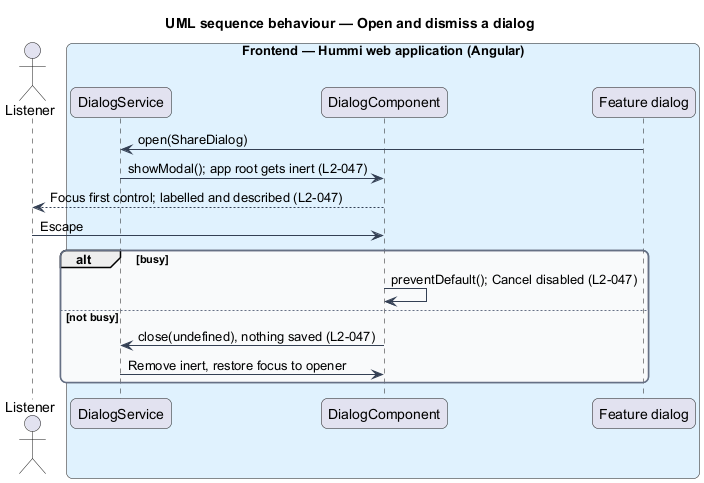
The PlantUML diagram docs/detailed-designs/interface/dialogs/diagrams/sequence-dialog.png in QuinntyneBrown/hummi, before a commit. Its diagram source:
```plantuml
@startuml
title UML sequence behaviour — Open and dismiss a dialog
skinparam backgroundColor #FFFFFF
skinparam shadowing false
skinparam roundcorner 12
skinparam defaultFontName Arial
skinparam ArrowColor #344054
skinparam rectangle {
  BorderColor #344054
  FontColor #101828
}
skinparam package {
  BorderColor #667085
  FontColor #101828
  BackgroundColor #F9FAFB
}
actor "Listener" as u
box "Frontend — Hummi web application (Angular)" #E0F2FE
  participant "DialogService" as dialogs
  participant "DialogComponent" as dlg
  participant "Feature dialog" as content
end box
content -> dialogs : open(ShareDialog)
dialogs -> dlg : showModal(); app root gets inert (L2-047)
dlg --> u : Focus first control; labelled and described (L2-047)
u -> dlg : Escape
alt busy
  dlg -> dlg : preventDefault(); Cancel disabled (L2-047)
else not busy
  dlg -> dialogs : close(undefined), nothing saved (L2-047)
  dialogs -> dlg : Remove inert, restore focus to opener
end
@enduml
```
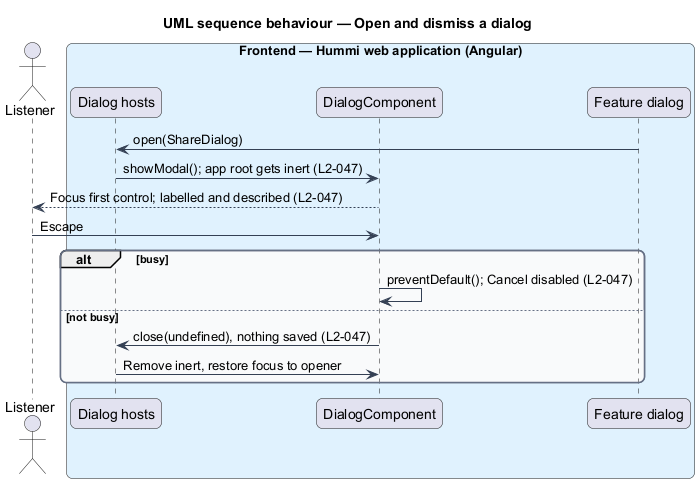
Later version of the same file.

The edit, as a diff of the source:
```diff
@@ -16,7 +16,7 @@
 }
 actor "Listener" as u
 box "Frontend — Hummi web application (Angular)" #E0F2FE
-  participant "DialogService" as dialogs
+  participant "Dialog hosts" as dialogs
   participant "DialogComponent" as dlg
   participant "Feature dialog" as content
 end box
```
